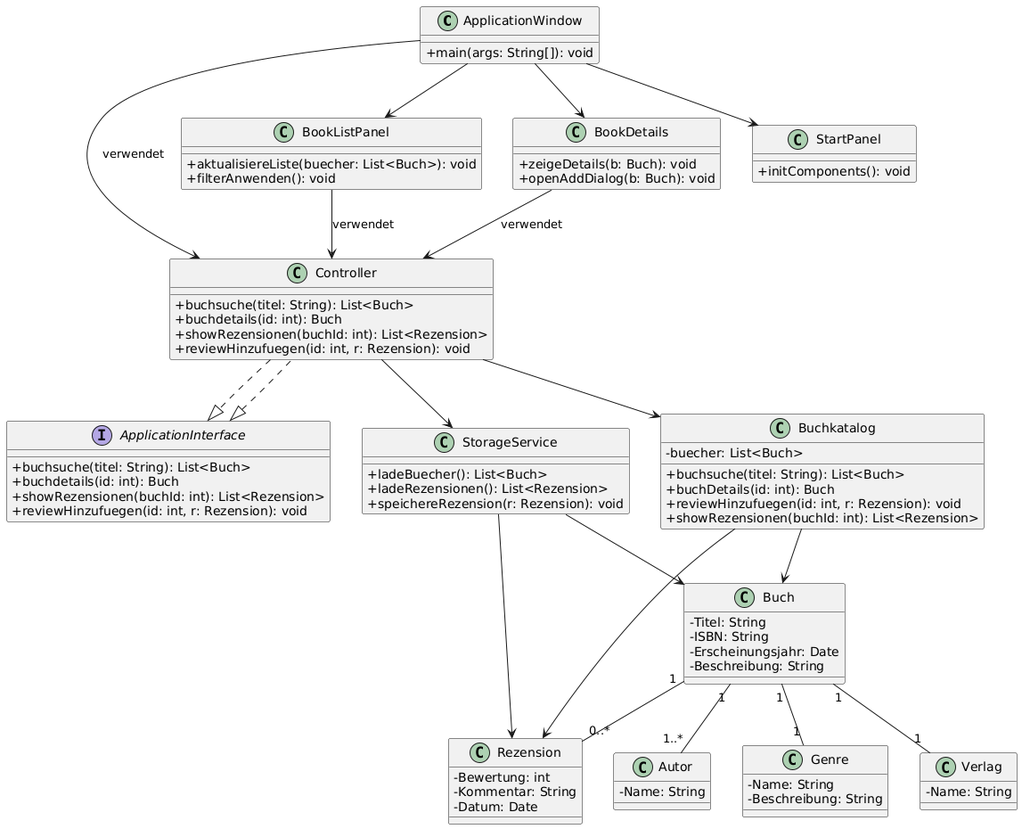
MariaRatnikova/Software-Engineering-Litera-Anwendung keeps this PlantUML diagram as final/EntwicklerdokumentationUML/UML/klassendiamgramm final.png. Above is the earlier version.
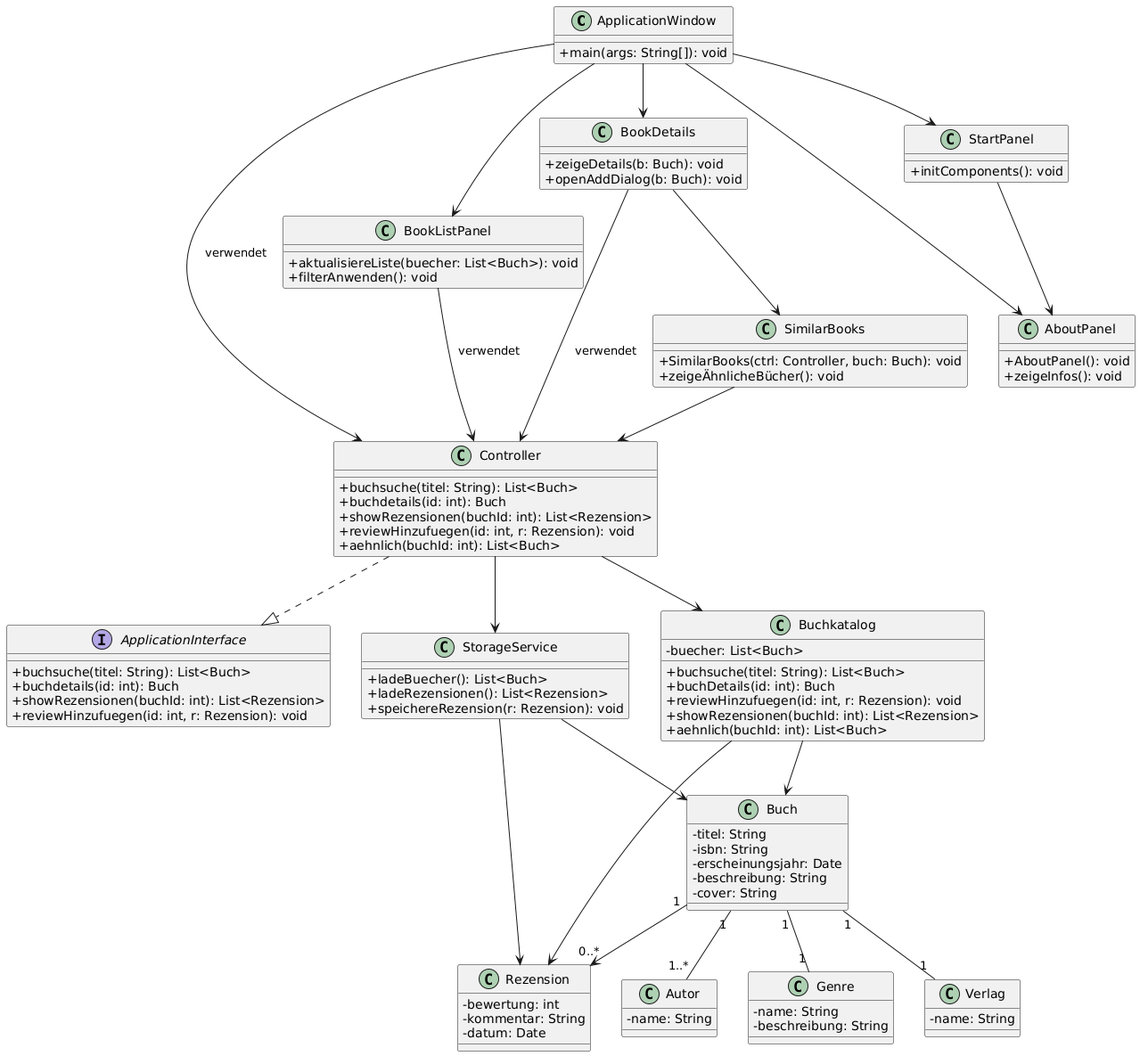
Above is the later version.

Change to the diagram source:
```diff
@@ -1,5 +1,6 @@
 @startuml
 skinparam classAttributeIconSize 0
+
 class ApplicationWindow {
   +main(args: String[]): void
 }
@@ -18,14 +19,27 @@
   +initComponents(): void
 }
 
+class SimilarBooks {
+  +SimilarBooks(ctrl: Controller, buch: Buch): void
+  +zeigeÄhnlicheBücher(): void
+}
+
+class AboutPanel {
+  +AboutPanel(): void
+  +zeigeInfos(): void
+}
+
 ApplicationWindow --> BookListPanel
 ApplicationWindow --> BookDetails
 ApplicationWindow --> StartPanel
+ApplicationWindow --> AboutPanel
 ApplicationWindow --> Controller : verwendet
+
+StartPanel --> AboutPanel
+BookDetails --> SimilarBooks
 BookListPanel --> Controller : verwendet
 BookDetails --> Controller : verwendet
-
-Controller ..|> ApplicationInterface
+SimilarBooks --> Controller
 
 interface ApplicationInterface {
   +buchsuche(titel: String): List<Buch>
@@ -34,63 +48,67 @@
   +reviewHinzufuegen(id: int, r: Rezension): void
 }
 
-class Controller implements ApplicationInterface {
+Controller ..|> ApplicationInterface
+
+class Controller {
   +buchsuche(titel: String): List<Buch>
   +buchdetails(id: int): Buch
   +showRezensionen(buchId: int): List<Rezension>
   +reviewHinzufuegen(id: int, r: Rezension): void
+  +aehnlich(buchId: int): List<Buch>
 }
 
 class Buchkatalog {
   - buecher: List<Buch>
-  + buchsuche(titel: String): List<Buch>
-  + buchDetails(id: int): Buch
-  + reviewHinzufuegen(id: int, r: Rezension): void
-  + showRezensionen(buchId: int): List<Rezension>
+  +buchsuche(titel: String): List<Buch>
+  +buchDetails(id: int): Buch
+  +reviewHinzufuegen(id: int, r: Rezension): void
+  +showRezensionen(buchId: int): List<Rezension>
+  +aehnlich(buchId: int): List<Buch>
 }
 
 class StorageService {
-  + ladeBuecher(): List<Buch>
-  + ladeRezensionen(): List<Rezension>
-  + speichereRezension(r: Rezension): void
+  +ladeBuecher(): List<Buch>
+  +ladeRezensionen(): List<Rezension>
+  +speichereRezension(r: Rezension): void
 }
 
 class Buch {
-  - Titel: String
-  - ISBN: String
-  - Erscheinungsjahr: Date
-  - Beschreibung: String
+  -titel: String
+  -isbn: String
+  -erscheinungsjahr: Date
+  -beschreibung: String
+  -cover: String
 }
 
 class Autor {
-  - Name: String
+  -name: String
 }
 
 class Genre {
-  - Name: String
-  - Beschreibung: String
+  -name: String
+  -beschreibung: String
 }
 
-
 class Verlag {
-  - Name: String
+  -name: String
 }
 
 class Rezension {
-  - Bewertung: int
-  - Kommentar: String
-  - Datum: Date
+  -bewertung: int
+  -kommentar: String
+  -datum: Date
 }
+
+Controller --> Buchkatalog
+Controller --> StorageService
+Buchkatalog --> Buch
+Buchkatalog --> Rezension
+StorageService --> Buch
+StorageService --> Rezension
 
 Buch "1" -- "1..*" Autor
 Buch "1" -- "1" Genre
 Buch "1" -- "1" Verlag
-Buch "1" -- "0..*" Rezension
-
-Controller --> Buchkatalog
-Controller --> StorageService
-StorageService --> Buch
-StorageService --> Rezension
-Buchkatalog --> Buch
-Buchkatalog --> Rezension
+Buch "1" --> "0..*" Rezension
 @enduml
```
